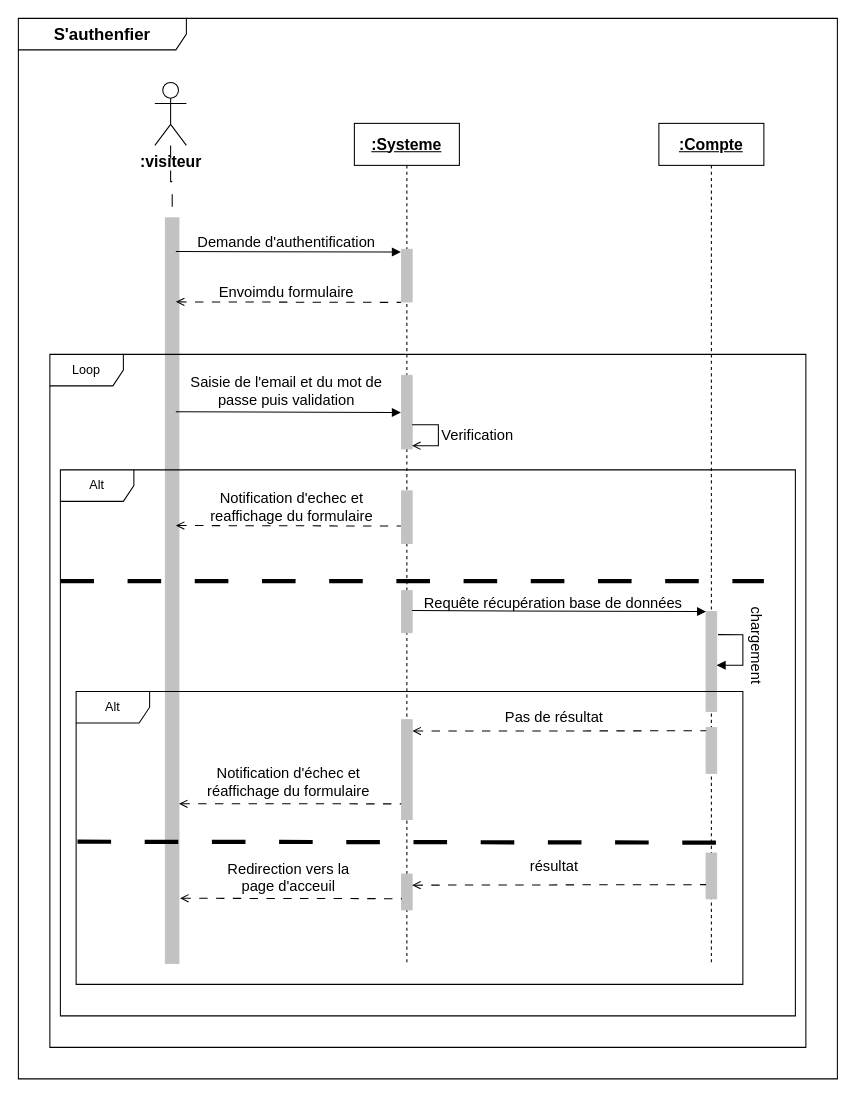
This is res/Sequences fadyl store.drawio from Meshavegas/Fadhyl-Store, a draw.io file, before an edit. Source tidied: cells renumbered, new cells numbered last; positions are measured from the earlier drawing's top-left corner, leaving out a move shared by most shapes. Both pictures are drawn from the tidied source at 105%, with x=0, y=0 at pixel (18, 18).
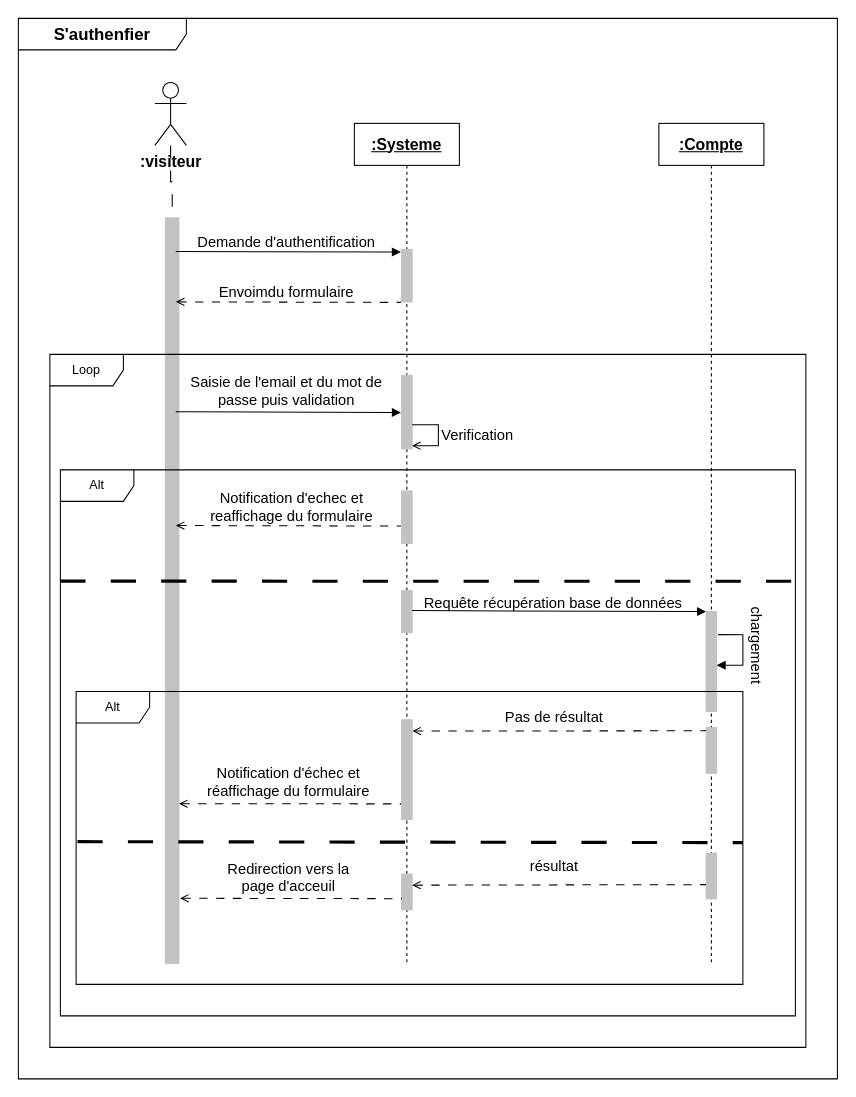
The same diagram, later.

Unchanged cells that the change refers to:
```xml
<mxCell id="17" value="Alt" style="shape=umlFrame;whiteSpace=wrap;html=1;width=70;strokeColor=default;fontFamily=Helvetica;fontSize=12;fontColor=default;fillColor=default;height=30;" parent="13" vertex="1">
  <mxGeometry x="10" y="110" width="700" height="520" as="geometry" />
</mxCell>
<mxCell id="28" value="Alt" style="shape=umlFrame;whiteSpace=wrap;html=1;width=70;strokeColor=default;fontFamily=Helvetica;fontSize=12;fontColor=default;fillColor=default;height=30;" parent="13" vertex="1">
  <mxGeometry x="25" y="321" width="635" height="279" as="geometry" />
</mxCell>
```

What changed in the source:
```diff
@@
-    <mxCell id="22" style="html=1;verticalAlign=bottom;labelBackgroundColor=none;endArrow=none;endFill=0;rounded=0;fontFamily=Helvetica;fontSize=12;fontColor=default;startArrow=none;startFill=0;dashed=1;dashPattern=8 8;strokeWidth=4;" parent="17" edge="1">
+    <mxCell id="22" style="html=1;verticalAlign=bottom;labelBackgroundColor=none;endArrow=none;endFill=0;rounded=0;fontFamily=Helvetica;fontSize=12;fontColor=default;startArrow=none;startFill=0;dashed=1;dashPattern=8 8;strokeWidth=3;entryX=1;entryY=0.204;entryDx=0;entryDy=0;entryPerimeter=0;" parent="17" edge="1" target="17">
       <mxGeometry relative="1" as="geometry">
         <mxPoint y="106" as="sourcePoint" />
-        <mxPoint x="670" y="106" as="targetPoint" />
       </mxGeometry>
     </mxCell>
@@
-    <mxCell id="33" style="html=1;verticalAlign=bottom;labelBackgroundColor=none;endArrow=none;endFill=0;rounded=0;fontFamily=Helvetica;fontSize=12;fontColor=default;startArrow=none;startFill=0;dashed=1;dashPattern=8 8;strokeWidth=4;exitX=0.002;exitY=0.532;exitDx=0;exitDy=0;exitPerimeter=0;" parent="28" edge="1">
+    <mxCell id="33" style="html=1;verticalAlign=bottom;labelBackgroundColor=none;endArrow=none;endFill=0;rounded=0;fontFamily=Helvetica;fontSize=12;fontColor=default;startArrow=none;startFill=0;dashed=1;dashPattern=8 8;strokeWidth=3;exitX=0.002;exitY=0.532;exitDx=0;exitDy=0;exitPerimeter=0;" parent="28" edge="1">
       <mxGeometry relative="1" as="geometry">
         <mxPoint x="1.3" y="143.1" as="sourcePoint" />
         <mxPoint x="635" y="144" as="targetPoint" />
       </mxGeometry>
     </mxCell>
```
